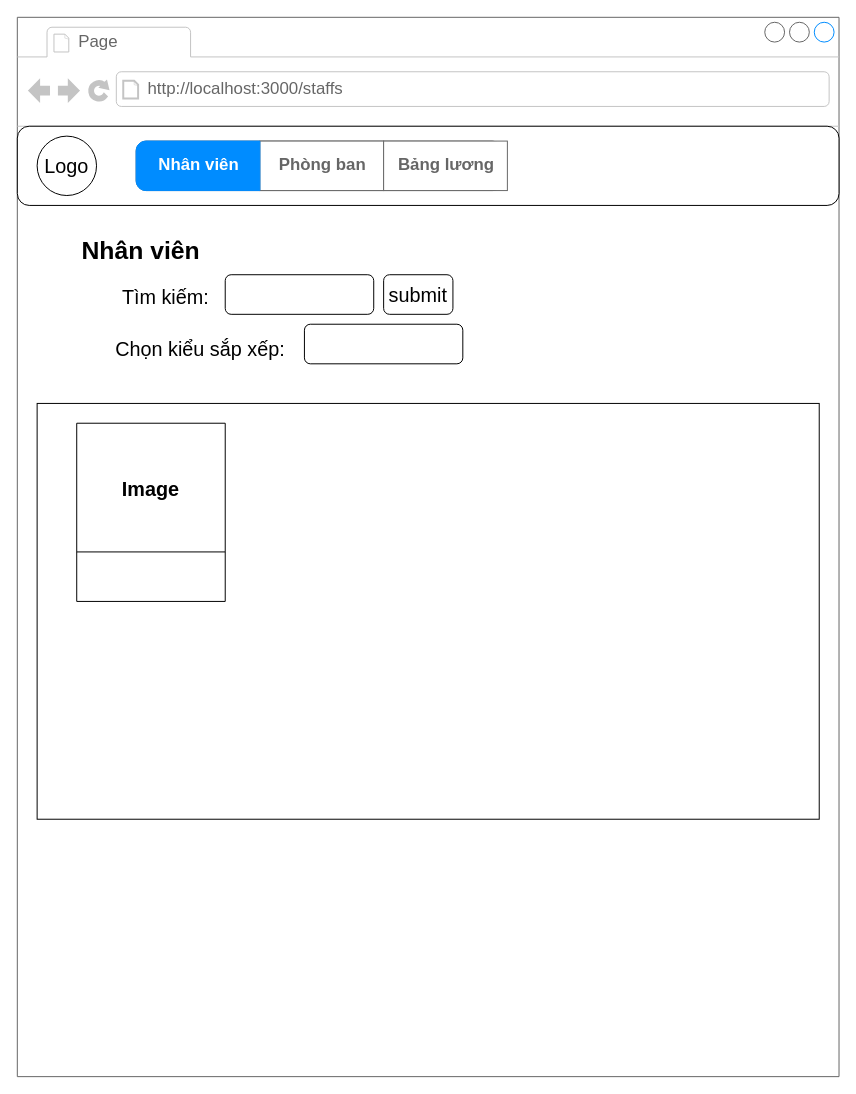
Earlier version of the draw.io diagram draw/staffs.drawio (Doanhbn2001/FUNIXREACTJSASM). Source tidied: cells renumbered, new cells numbered last; positions are measured from the earlier drawing's top-left corner, leaving out a move shared by most shapes. Both pictures are drawn from the tidied source at 99%, with x=0, y=0 at pixel (17, 17).
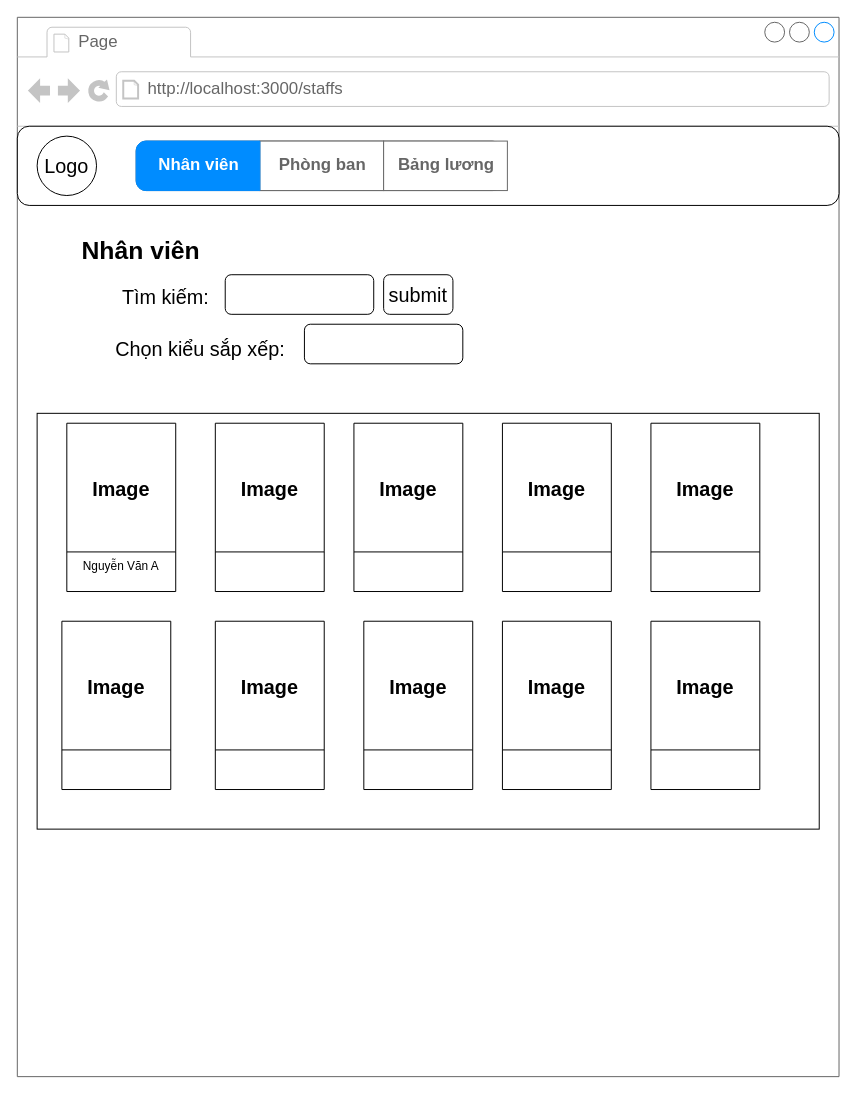
The same page after the edit.

The change refers to these unchanged cells:
```xml
<mxCell id="2" value="su" style="strokeWidth=1;shadow=0;dashed=0;align=center;html=1;shape=mxgraph.mockup.containers.browserWindow;rSize=0;strokeColor=#666666;strokeColor2=#008cff;strokeColor3=#c4c4c4;mainText=,;" parent="1" vertex="1">
  <mxGeometry width="830" height="1070" as="geometry" />
</mxCell>
```

Diff of the diagram source:
```diff
@@
     <mxCell id="11" style="rounded=0;whiteSpace=wrap;html=1;fontSize=20;" parent="2" vertex="1">
-      <mxGeometry x="20" y="390" width="790" height="420" as="geometry" />
+      <mxGeometry x="20" y="400" width="790" height="420" as="geometry" />
     </mxCell>
     <mxCell id="12" value="Image" style="swimlane;fontSize=20;startSize=130;" parent="2" vertex="1">
-      <mxGeometry x="60" y="410" width="150" height="180" as="geometry" />
+      <mxGeometry x="50" y="410" width="110" height="170" as="geometry" />
     </mxCell>
+    <mxCell id="19" value="Nguyễn Văn A" style="text;html=1;strokeColor=none;fillColor=none;align=center;verticalAlign=middle;whiteSpace=wrap;rounded=0;" parent="2" vertex="1">
+      <mxGeometry x="55" y="540" width="100" height="30" as="geometry" />
+    </mxCell>
+    <mxCell id="20" value="Image" style="swimlane;fontSize=20;startSize=130;" parent="2" vertex="1">
+      <mxGeometry x="200" y="410" width="110" height="170" as="geometry" />
+    </mxCell>
+    <mxCell id="21" value="Image" style="swimlane;fontSize=20;startSize=130;" parent="2" vertex="1">
+      <mxGeometry x="340" y="410" width="110" height="170" as="geometry" />
+    </mxCell>
+    <mxCell id="22" value="Image" style="swimlane;fontSize=20;startSize=130;" parent="2" vertex="1">
+      <mxGeometry x="490" y="410" width="110" height="170" as="geometry" />
+    </mxCell>
+    <mxCell id="23" value="Image" style="swimlane;fontSize=20;startSize=130;" parent="2" vertex="1">
+      <mxGeometry x="640" y="410" width="110" height="170" as="geometry" />
+    </mxCell>
+    <mxCell id="24" value="Image" style="swimlane;fontSize=20;startSize=130;" parent="2" vertex="1">
+      <mxGeometry x="45" y="610" width="110" height="170" as="geometry" />
+    </mxCell>
+    <mxCell id="25" value="Image" style="swimlane;fontSize=20;startSize=130;" parent="2" vertex="1">
+      <mxGeometry x="640" y="610" width="110" height="170" as="geometry" />
+    </mxCell>
+    <mxCell id="26" value="Image" style="swimlane;fontSize=20;startSize=130;" parent="2" vertex="1">
+      <mxGeometry x="490" y="610" width="110" height="170" as="geometry" />
+    </mxCell>
+    <mxCell id="27" value="Image" style="swimlane;fontSize=20;startSize=130;" parent="2" vertex="1">
+      <mxGeometry x="350" y="610" width="110" height="170" as="geometry" />
+    </mxCell>
+    <mxCell id="28" value="Image" style="swimlane;fontSize=20;startSize=130;" parent="2" vertex="1">
+      <mxGeometry x="200" y="610" width="110" height="170" as="geometry" />
+    </mxCell>
```
